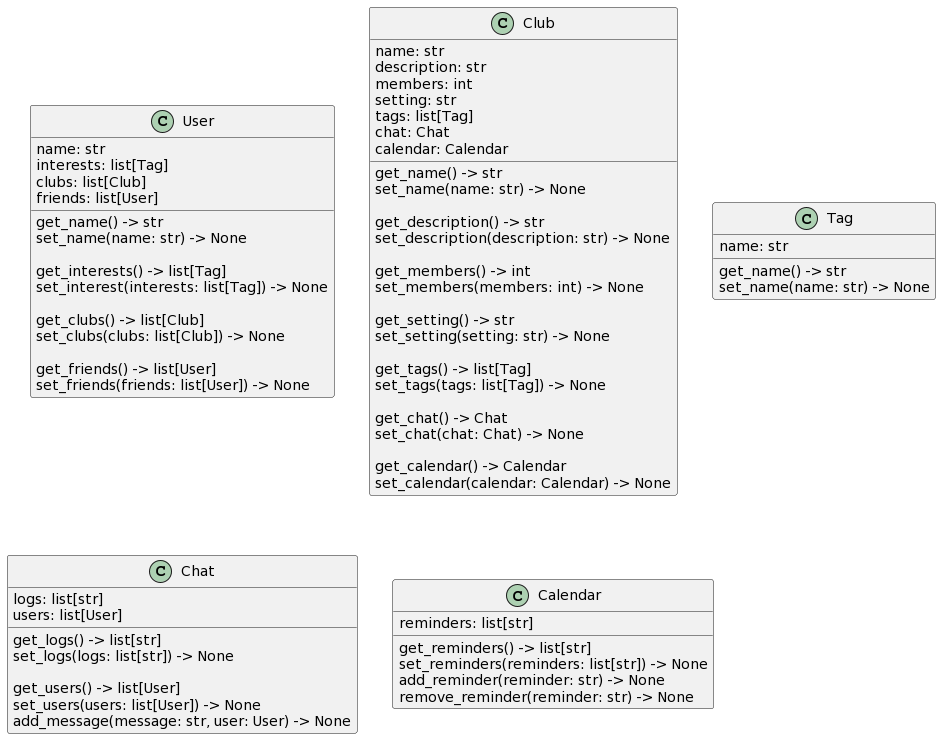
jwyrick6/3155GroupProject keeps this PlantUML diagram as core/classes.png. Above is the earlier version.
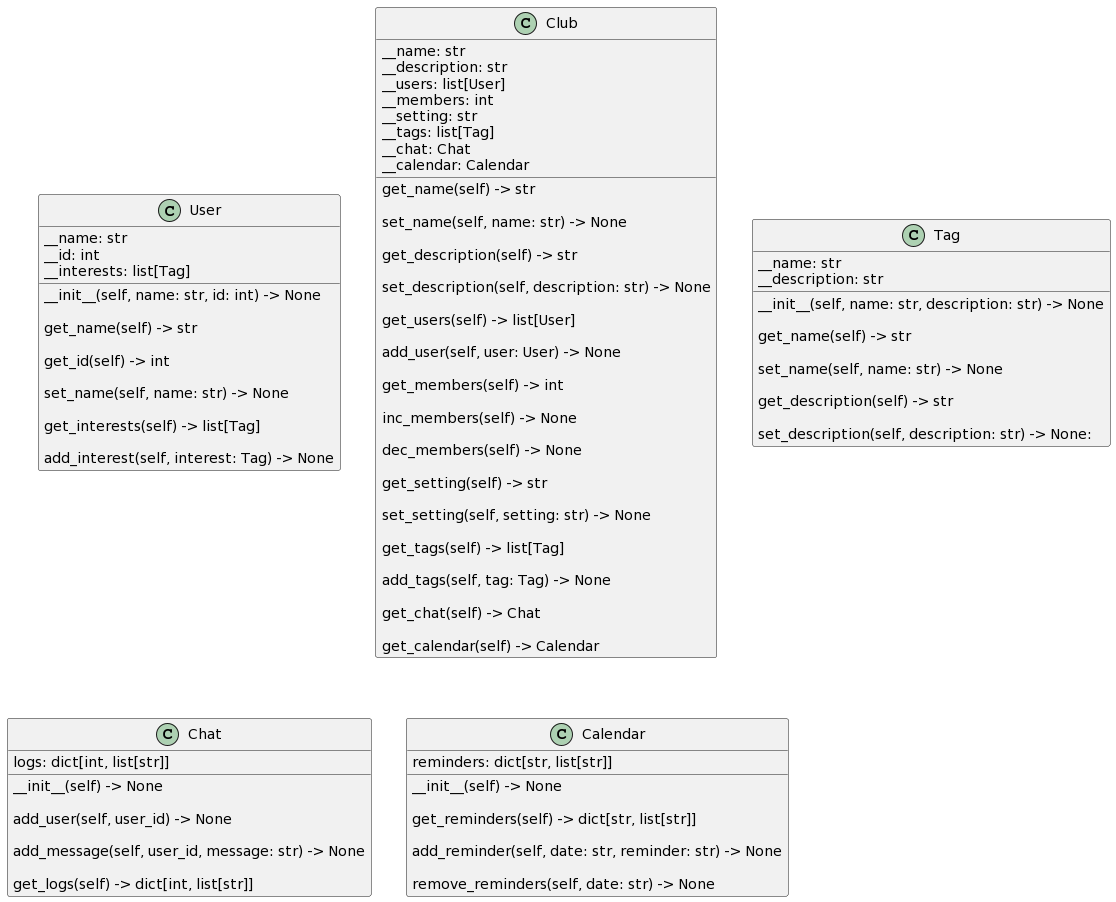
The same file after the commit.

Diff of the diagram source:
```diff
@@ -1,80 +1,101 @@
 @startuml
 set namespaceSeparator none
 class User {
-    name: str
-    interests: list[Tag]
-    clubs: list[Club]
-    friends: list[User]
+    __name: str
+    __id: int
+    __interests: list[Tag]
 
-    get_name() -> str
-    set_name(name: str) -> None
+    __init__(self, name: str, id: int) -> None
 
-    get_interests() -> list[Tag]
-    set_interest(interests: list[Tag]) -> None
+    get_name(self) -> str
 
-    get_clubs() -> list[Club]
-    set_clubs(clubs: list[Club]) -> None
+    get_id(self) -> int
 
-    get_friends() -> list[User]
-    set_friends(friends: list[User]) -> None
+    set_name(self, name: str) -> None
+
+    get_interests(self) -> list[Tag]
+
+    add_interest(self, interest: Tag) -> None
 }
 
 class Club {
-    name: str
-    description: str
-    members: int
-    setting: str
-    tags: list[Tag]
-    chat: Chat
-    calendar: Calendar
+    __name: str
+    __description: str
+    __users: list[User]
+    __members: int
+    __setting: str
+    __tags: list[Tag]
+    __chat: Chat
+    __calendar: Calendar
 
-    get_name() -> str
-    set_name(name: str) -> None
 
-    get_description() -> str
-    set_description(description: str) -> None
+    get_name(self) -> str
 
-    get_members() -> int
-    set_members(members: int) -> None
+    set_name(self, name: str) -> None
 
-    get_setting() -> str
-    set_setting(setting: str) -> None
+    get_description(self) -> str
 
-    get_tags() -> list[Tag]
-    set_tags(tags: list[Tag]) -> None
+    set_description(self, description: str) -> None
 
-    get_chat() -> Chat
-    set_chat(chat: Chat) -> None
+    get_users(self) -> list[User]
 
-    get_calendar() -> Calendar
-    set_calendar(calendar: Calendar) -> None
+    add_user(self, user: User) -> None
+
+    get_members(self) -> int
+
+    inc_members(self) -> None
+
+    dec_members(self) -> None
+
+    get_setting(self) -> str
+
+    set_setting(self, setting: str) -> None
+
+    get_tags(self) -> list[Tag]
+
+    add_tags(self, tag: Tag) -> None
+
+    get_chat(self) -> Chat
+
+    get_calendar(self) -> Calendar
 }
 
 class Tag {
-    name: str
+    __name: str
+    __description: str
 
-    get_name() -> str
-    set_name(name: str) -> None
+    __init__(self, name: str, description: str) -> None
+
+    get_name(self) -> str
+
+    set_name(self, name: str) -> None
+
+    get_description(self) -> str
+
+    set_description(self, description: str) -> None:
 }
 
 class Chat {
-    logs: list[str]
-    users: list[User]
+    logs: dict[int, list[str]]
 
-    get_logs() -> list[str]
-    set_logs(logs: list[str]) -> None
+    __init__(self) -> None
 
-    get_users() -> list[User]
-    set_users(users: list[User]) -> None
-    add_message(message: str, user: User) -> None
+    add_user(self, user_id) -> None
+
+    add_message(self, user_id, message: str) -> None
+
+    get_logs(self) -> dict[int, list[str]]
 }
 
 class Calendar {
-    reminders: list[str]
+    reminders: dict[str, list[str]]
 
-    get_reminders() -> list[str]
-    set_reminders(reminders: list[str]) -> None
-    add_reminder(reminder: str) -> None
-    remove_reminder(reminder: str) -> None
+    __init__(self) -> None
+
+    get_reminders(self) -> dict[str, list[str]]
+
+    add_reminder(self, date: str, reminder: str) -> None
+
+    remove_reminders(self, date: str) -> None
 }
 @enduml
```
